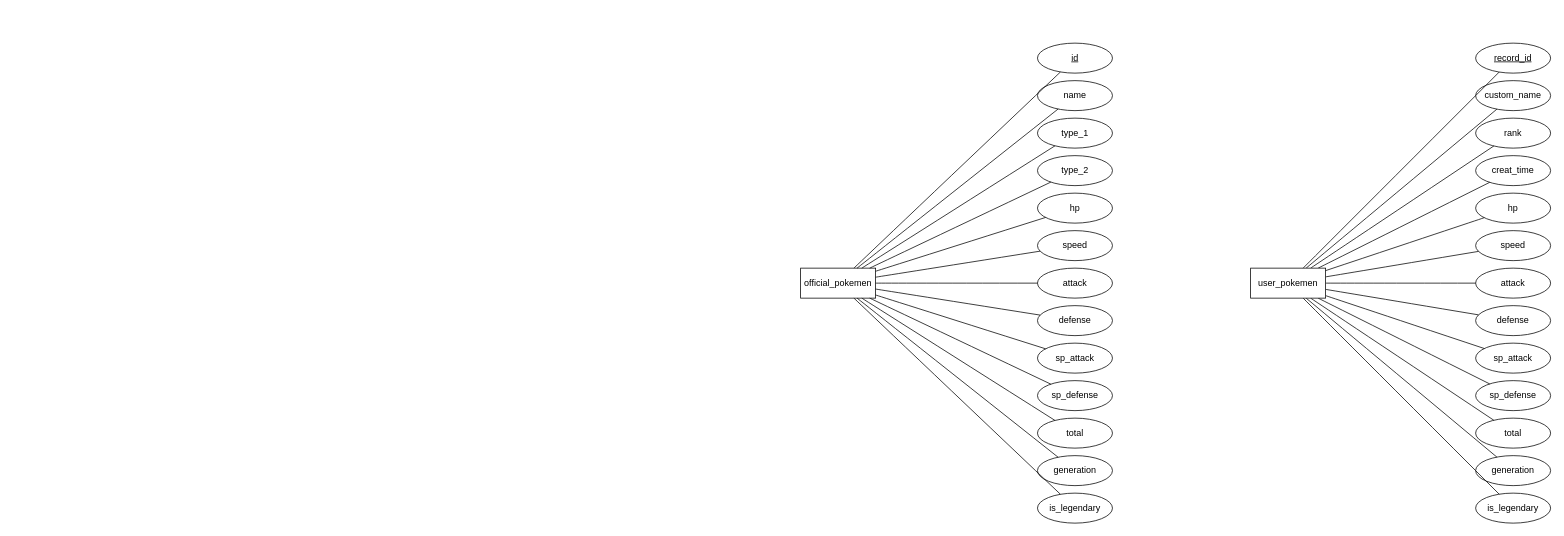
The draw.io diagram page "第 1 页" (1 of 2) of Pokemon!.drawio in Fijohak/mycontent, before the edit. Source tidied: cells renumbered, new cells numbered last; positions are measured from the earlier drawing's top-left corner, leaving out a move shared by most shapes. Both pictures are drawn from the tidied source at 75%, with x=0, y=0 at pixel (800, 43).
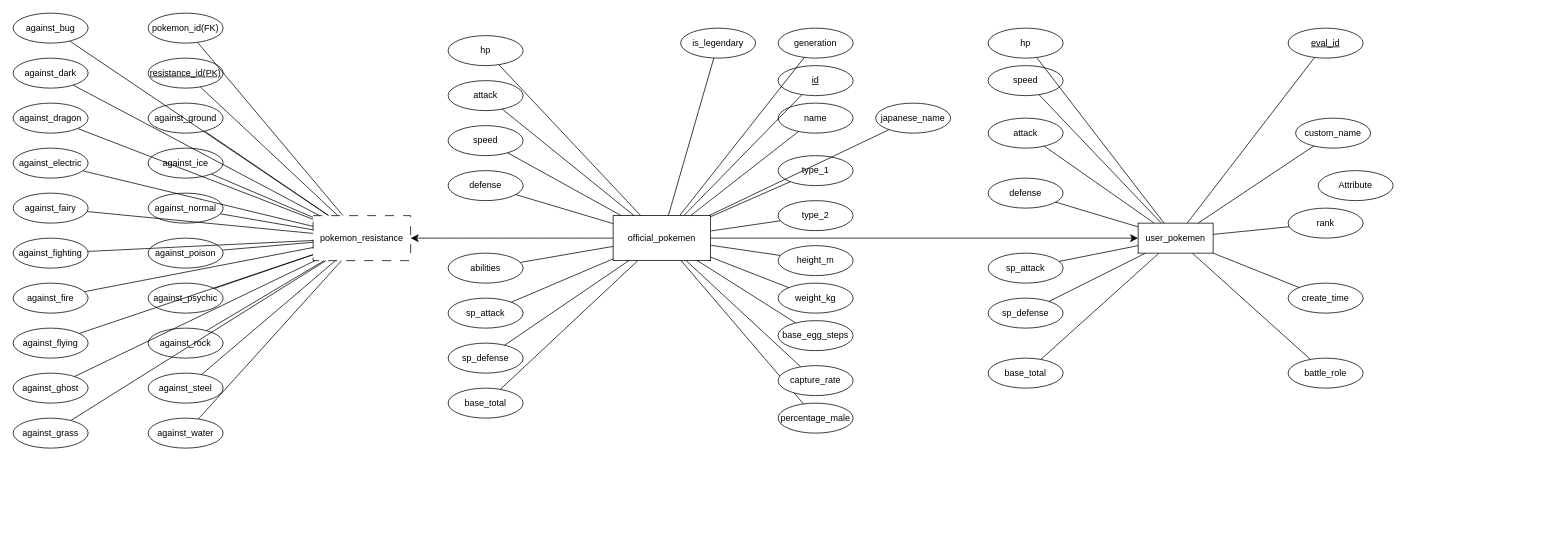
Above is the later version.

What changed in the source:
```diff
@@
+    <mxCell id="56" style="edgeStyle=none;curved=1;rounded=0;jettySize=auto;html=1;fontSize=12;startSize=8;endSize=8;" parent="1" edge="1" source="2" target="70">
+      <mxGeometry relative="1" as="geometry" />
+    </mxCell>
+    <mxCell id="57" style="edgeStyle=orthogonalEdgeStyle;rounded=0;jettySize=auto;html=1;fontFamily=Helvetica;fontSize=12;fontColor=default;startSize=8;endSize=8;" parent="1" edge="1" source="2" target="51">
+      <mxGeometry relative="1" as="geometry" />
+    </mxCell>
     <mxCell id="2" value="official_pokemen" style="whiteSpace=wrap;html=1;align=center;" parent="1" vertex="1">
-      <mxGeometry y="300" width="100" height="40" as="geometry" />
+      <mxGeometry x="-250" y="230" width="130" height="60" as="geometry" />
     </mxCell>
     <mxCell id="3" value="id" style="ellipse;whiteSpace=wrap;html=1;align=center;fontStyle=4;" parent="1" vertex="1">
-      <mxGeometry x="315.8" width="100" height="40" as="geometry" />
+      <mxGeometry x="-30" y="30" width="100" height="40" as="geometry" />
     </mxCell>
     <mxCell id="4" value="name" style="ellipse;whiteSpace=wrap;html=1;align=center;" parent="1" vertex="1">
-      <mxGeometry x="315.8" y="50" width="100" height="40" as="geometry" />
+      <mxGeometry x="-30" y="80" width="100" height="40" as="geometry" />
     </mxCell>
     <mxCell id="5" value="type_1" style="ellipse;whiteSpace=wrap;html=1;align=center;" parent="1" vertex="1">
-      <mxGeometry x="315.8" y="100" width="100" height="40" as="geometry" />
+      <mxGeometry x="-30" y="150" width="100" height="40" as="geometry" />
     </mxCell>
     <mxCell id="6" value="type_2" style="ellipse;whiteSpace=wrap;html=1;align=center;" parent="1" vertex="1">
-      <mxGeometry x="315.8" y="150" width="100" height="40" as="geometry" />
+      <mxGeometry x="-30" y="210" width="100" height="40" as="geometry" />
     </mxCell>
     <mxCell id="7" value="hp" style="ellipse;whiteSpace=wrap;html=1;align=center;" parent="1" vertex="1">
-      <mxGeometry x="315.8" y="200" width="100" height="40" as="geometry" />
+      <mxGeometry x="-470" y="-10" width="100" height="40" as="geometry" />
     </mxCell>
     <mxCell id="8" value="speed" style="ellipse;whiteSpace=wrap;html=1;align=center;" parent="1" vertex="1">
-      <mxGeometry x="315.8" y="250" width="100" height="40" as="geometry" />
+      <mxGeometry x="-470" y="110" width="100" height="40" as="geometry" />
     </mxCell>
     <mxCell id="9" value="attack" style="ellipse;whiteSpace=wrap;html=1;align=center;" parent="1" vertex="1">
-      <mxGeometry x="315.8" y="300" width="100" height="40" as="geometry" />
+      <mxGeometry x="-470" y="50" width="100" height="40" as="geometry" />
     </mxCell>
     <mxCell id="10" value="defense" style="ellipse;whiteSpace=wrap;html=1;align=center;" parent="1" vertex="1">
-      <mxGeometry x="315.8" y="350" width="100" height="40" as="geometry" />
+      <mxGeometry x="-470" y="170" width="100" height="40" as="geometry" />
     </mxCell>
     <mxCell id="11" value="sp_attack" style="ellipse;whiteSpace=wrap;html=1;align=center;" parent="1" vertex="1">
-      <mxGeometry x="315.8" y="400" width="100" height="40" as="geometry" />
+      <mxGeometry x="-470" y="340" width="100" height="40" as="geometry" />
     </mxCell>
     <mxCell id="12" value="sp_defense" style="ellipse;whiteSpace=wrap;html=1;align=center;" parent="1" vertex="1">
-      <mxGeometry x="315.8" y="450" width="100" height="40" as="geometry" />
+      <mxGeometry x="-470" y="400" width="100" height="40" as="geometry" />
     </mxCell>
-    <mxCell id="13" value="total" style="ellipse;whiteSpace=wrap;html=1;align=center;" parent="1" vertex="1">
-      <mxGeometry x="315.8" y="500" width="100" height="40" as="geometry" />
+    <mxCell id="13" value="base_total" style="ellipse;whiteSpace=wrap;html=1;align=center;" parent="1" vertex="1">
+      <mxGeometry x="-470" y="460" width="100" height="40" as="geometry" />
     </mxCell>
     <mxCell id="14" value="generation" style="ellipse;whiteSpace=wrap;html=1;align=center;" parent="1" vertex="1">
-      <mxGeometry x="315.8" y="550" width="100" height="40" as="geometry" />
+      <mxGeometry x="-30" y="-20" width="100" height="40" as="geometry" />
     </mxCell>
     <mxCell id="15" value="is_legendary" style="ellipse;whiteSpace=wrap;html=1;align=center;" parent="1" vertex="1">
-      <mxGeometry x="315.8" y="600" width="100" height="40" as="geometry" />
+      <mxGeometry x="-160" y="-20" width="100" height="40" as="geometry" />
     </mxCell>
@@
-    <mxCell id="27" value="record_id" style="ellipse;whiteSpace=wrap;html=1;align=center;fontStyle=4;" parent="1" vertex="1">
-      <mxGeometry x="900" width="100" height="40" as="geometry" />
+    <mxCell id="27" value="eval_id" style="ellipse;whiteSpace=wrap;html=1;align=center;fontStyle=4;" parent="1" vertex="1">
+      <mxGeometry x="650" y="-20" width="100" height="40" as="geometry" />
     </mxCell>
     <mxCell id="28" value="custom_name" style="ellipse;whiteSpace=wrap;html=1;align=center;" parent="1" vertex="1">
-      <mxGeometry x="900" y="50" width="100" height="40" as="geometry" />
+      <mxGeometry x="660" y="100" width="100" height="40" as="geometry" />
     </mxCell>
     <mxCell id="29" value="rank" style="ellipse;whiteSpace=wrap;html=1;align=center;" parent="1" vertex="1">
-      <mxGeometry x="900" y="100" width="100" height="40" as="geometry" />
+      <mxGeometry x="650" y="220" width="100" height="40" as="geometry" />
     </mxCell>
-    <mxCell id="30" value="creat_time" style="ellipse;whiteSpace=wrap;html=1;align=center;" parent="1" vertex="1">
-      <mxGeometry x="900" y="150" width="100" height="40" as="geometry" />
+    <mxCell id="30" value="create_time" style="ellipse;whiteSpace=wrap;html=1;align=center;" parent="1" vertex="1">
+      <mxGeometry x="650" y="320" width="100" height="40" as="geometry" />
     </mxCell>
     <mxCell id="31" value="hp" style="ellipse;whiteSpace=wrap;html=1;align=center;" parent="1" vertex="1">
-      <mxGeometry x="900" y="200" width="100" height="40" as="geometry" />
+      <mxGeometry x="250" y="-20" width="100" height="40" as="geometry" />
     </mxCell>
     <mxCell id="32" value="speed" style="ellipse;whiteSpace=wrap;html=1;align=center;" parent="1" vertex="1">
-      <mxGeometry x="900" y="250" width="100" height="40" as="geometry" />
+      <mxGeometry x="250" y="30" width="100" height="40" as="geometry" />
     </mxCell>
     <mxCell id="33" value="attack" style="ellipse;whiteSpace=wrap;html=1;align=center;" parent="1" vertex="1">
-      <mxGeometry x="900" y="300" width="100" height="40" as="geometry" />
+      <mxGeometry x="250" y="100" width="100" height="40" as="geometry" />
     </mxCell>
     <mxCell id="34" value="defense" style="ellipse;whiteSpace=wrap;html=1;align=center;" parent="1" vertex="1">
-      <mxGeometry x="900" y="350" width="100" height="40" as="geometry" />
+      <mxGeometry x="250" y="180" width="100" height="40" as="geometry" />
     </mxCell>
     <mxCell id="35" value="sp_attack" style="ellipse;whiteSpace=wrap;html=1;align=center;" parent="1" vertex="1">
-      <mxGeometry x="900" y="400" width="100" height="40" as="geometry" />
+      <mxGeometry x="250" y="280" width="100" height="40" as="geometry" />
     </mxCell>
     <mxCell id="36" value="sp_defense" style="ellipse;whiteSpace=wrap;html=1;align=center;" parent="1" vertex="1">
-      <mxGeometry x="900" y="450" width="100" height="40" as="geometry" />
+      <mxGeometry x="250" y="340" width="100" height="40" as="geometry" />
     </mxCell>
-    <mxCell id="37" value="total" style="ellipse;whiteSpace=wrap;html=1;align=center;" parent="1" vertex="1">
-      <mxGeometry x="900" y="500" width="100" height="40" as="geometry" />
+    <mxCell id="37" value="base_total" style="ellipse;whiteSpace=wrap;html=1;align=center;" parent="1" vertex="1">
+      <mxGeometry x="250" y="420" width="100" height="40" as="geometry" />
     </mxCell>
-    <mxCell id="38" value="generation" style="ellipse;whiteSpace=wrap;html=1;align=center;" parent="1" vertex="1">
-      <mxGeometry x="900" y="550" width="100" height="40" as="geometry" />
-    </mxCell>
-    <mxCell id="39" value="is_legendary" style="ellipse;whiteSpace=wrap;html=1;align=center;" parent="1" vertex="1">
-      <mxGeometry x="900" y="600" width="100" height="40" as="geometry" />
+    <mxCell id="39" value="battle_role" style="ellipse;whiteSpace=wrap;html=1;align=center;" parent="1" vertex="1">
+      <mxGeometry x="650" y="420" width="100" height="40" as="geometry" />
     </mxCell>
@@
-    <mxCell id="49" style="endArrow=none;html=1;rounded=0;fontSize=12;startSize=8;endSize=8;curved=1;" parent="1" edge="1" source="51" target="38">
-      <mxGeometry relative="1" as="geometry" />
-    </mxCell>
@@
     <mxCell id="51" value="user_pokemen" style="whiteSpace=wrap;html=1;align=center;" parent="1" vertex="1">
-      <mxGeometry x="600" y="300" width="100" height="40" as="geometry" />
+      <mxGeometry x="450" y="240" width="100" height="40" as="geometry" />
     </mxCell>
@@
+    <mxCell id="58" value="height_m" style="ellipse;whiteSpace=wrap;html=1;align=center;" parent="1" vertex="1">
+      <mxGeometry x="-30" y="270" width="100" height="40" as="geometry" />
+    </mxCell>
+    <mxCell id="59" value="weight_kg" style="ellipse;whiteSpace=wrap;html=1;align=center;" parent="1" vertex="1">
+      <mxGeometry x="-30" y="320" width="100" height="40" as="geometry" />
+    </mxCell>
+    <mxCell id="60" style="edgeStyle=none;curved=1;rounded=0;jettySize=auto;html=1;fontSize=12;startSize=8;endSize=8;endArrow=none;endFill=0;" parent="1" edge="1" source="61" target="70">
+      <mxGeometry relative="1" as="geometry" />
+    </mxCell>
+    <mxCell id="61" value="against_ground" style="ellipse;whiteSpace=wrap;html=1;align=center;" parent="1" vertex="1">
+      <mxGeometry x="-870" y="80" width="100" height="40" as="geometry" />
+    </mxCell>
+    <mxCell id="62" style="endArrow=none;html=1;rounded=0;fontSize=12;startSize=8;endSize=8;curved=1;" parent="1" edge="1" source="2" target="58">
+      <mxGeometry relative="1" as="geometry" />
+    </mxCell>
+    <mxCell id="63" style="endArrow=none;html=1;rounded=0;fontSize=12;startSize=8;endSize=8;curved=1;" parent="1" edge="1" source="2" target="59">
+      <mxGeometry relative="1" as="geometry" />
+    </mxCell>
+    <mxCell id="64" style="edgeStyle=none;curved=1;rounded=0;jettySize=auto;html=1;fontSize=12;startSize=8;endSize=8;endArrow=none;endFill=0;" parent="1" edge="1" source="65" target="70">
+      <mxGeometry relative="1" as="geometry" />
+    </mxCell>
+    <mxCell id="65" value="against_normal" style="ellipse;whiteSpace=wrap;html=1;align=center;" parent="1" vertex="1">
+      <mxGeometry x="-870" y="200" width="100" height="40" as="geometry" />
+    </mxCell>
+    <mxCell id="66" style="edgeStyle=none;curved=1;rounded=0;jettySize=auto;html=1;fontSize=12;startSize=8;endSize=8;endArrow=none;endFill=0;" parent="1" edge="1" source="67" target="70">
+      <mxGeometry relative="1" as="geometry" />
+    </mxCell>
+    <mxCell id="67" value="against_poison" style="ellipse;whiteSpace=wrap;html=1;align=center;" parent="1" vertex="1">
+      <mxGeometry x="-870" y="260" width="100" height="40" as="geometry" />
+    </mxCell>
+    <mxCell id="68" style="edgeStyle=none;curved=1;rounded=0;jettySize=auto;html=1;fontSize=12;startSize=8;endSize=8;endArrow=none;endFill=0;" parent="1" edge="1" source="69" target="70">
+      <mxGeometry relative="1" as="geometry" />
+    </mxCell>
+    <mxCell id="69" value="against_psychic" style="ellipse;whiteSpace=wrap;html=1;align=center;" parent="1" vertex="1">
+      <mxGeometry x="-870" y="320" width="100" height="40" as="geometry" />
+    </mxCell>
+    <mxCell id="70" value="pokemon_resistance" style="shape=ext;margin=3;double=0;whiteSpace=wrap;html=1;align=center;strokeColor=default;dashed=1;dashPattern=12 12;" parent="1" vertex="1">
+      <mxGeometry x="-650" y="230" width="130" height="60" as="geometry" />
+    </mxCell>
+    <mxCell id="71" style="edgeStyle=none;curved=1;rounded=0;jettySize=auto;html=1;fontSize=12;startSize=8;endSize=8;endArrow=none;endFill=0;" parent="1" edge="1" source="72" target="70">
+      <mxGeometry relative="1" as="geometry" />
+    </mxCell>
+    <mxCell id="72" value="resistance_id(PK)" style="ellipse;whiteSpace=wrap;html=1;align=center;fontStyle=4;" parent="1" vertex="1">
+      <mxGeometry x="-870" y="20" width="100" height="40" as="geometry" />
+    </mxCell>
+    <mxCell id="73" style="edgeStyle=none;curved=1;rounded=0;jettySize=auto;html=1;fontSize=12;startSize=8;endSize=8;endArrow=none;endFill=0;" parent="1" edge="1" source="74" target="70">
+      <mxGeometry relative="1" as="geometry" />
+    </mxCell>
+    <mxCell id="74" value="pokemon_id(FK)" style="ellipse;whiteSpace=wrap;html=1;align=center;" parent="1" vertex="1">
+      <mxGeometry x="-870" y="-40" width="100" height="40" as="geometry" />
+    </mxCell>
+    <mxCell id="75" style="edgeStyle=none;curved=1;rounded=0;jettySize=auto;html=1;fontSize=12;startSize=8;endSize=8;endArrow=none;endFill=0;" parent="1" edge="1" source="76" target="70">
+      <mxGeometry relative="1" as="geometry" />
+    </mxCell>
+    <mxCell id="76" value="against_rock" style="ellipse;whiteSpace=wrap;html=1;align=center;" parent="1" vertex="1">
+      <mxGeometry x="-870" y="380" width="100" height="40" as="geometry" />
+    </mxCell>
+    <mxCell id="77" style="edgeStyle=none;curved=1;rounded=0;jettySize=auto;html=1;fontSize=12;startSize=8;endSize=8;endArrow=none;endFill=0;" parent="1" edge="1" source="78" target="70">
+      <mxGeometry relative="1" as="geometry" />
+    </mxCell>
+    <mxCell id="78" value="against_steel" style="ellipse;whiteSpace=wrap;html=1;align=center;" parent="1" vertex="1">
+      <mxGeometry x="-870" y="440" width="100" height="40" as="geometry" />
+    </mxCell>
+    <mxCell id="79" style="edgeStyle=none;curved=1;rounded=0;jettySize=auto;html=1;fontSize=12;startSize=8;endSize=8;endArrow=none;endFill=0;" parent="1" edge="1" source="80" target="70">
+      <mxGeometry relative="1" as="geometry" />
+    </mxCell>
+    <mxCell id="80" value="against_water" style="ellipse;whiteSpace=wrap;html=1;align=center;" parent="1" vertex="1">
+      <mxGeometry x="-870" y="500" width="100" height="40" as="geometry" />
+    </mxCell>
+    <mxCell id="81" style="edgeStyle=none;curved=1;rounded=0;jettySize=auto;html=1;fontSize=12;startSize=8;endSize=8;endArrow=none;endFill=0;" parent="1" edge="1" source="82" target="70">
+      <mxGeometry relative="1" as="geometry" />
+    </mxCell>
+    <mxCell id="82" value="against_ice" style="ellipse;whiteSpace=wrap;html=1;align=center;" parent="1" vertex="1">
+      <mxGeometry x="-870" y="140" width="100" height="40" as="geometry" />
+    </mxCell>
+    <mxCell id="83" style="edgeStyle=none;curved=1;rounded=0;jettySize=auto;html=1;fontSize=12;startSize=8;endSize=8;endArrow=none;endFill=0;" parent="1" edge="1" source="84" target="70">
+      <mxGeometry relative="1" as="geometry" />
+    </mxCell>
+    <mxCell id="84" value="against_fighting" style="ellipse;whiteSpace=wrap;html=1;align=center;" parent="1" vertex="1">
+      <mxGeometry x="-1050" y="260" width="100" height="40" as="geometry" />
+    </mxCell>
+    <mxCell id="85" style="edgeStyle=none;curved=1;rounded=0;jettySize=auto;html=1;fontSize=12;startSize=8;endSize=8;endArrow=none;endFill=0;" parent="1" edge="1" source="86" target="70">
+      <mxGeometry relative="1" as="geometry" />
+    </mxCell>
+    <mxCell id="86" value="against_fire" style="ellipse;whiteSpace=wrap;html=1;align=center;" parent="1" vertex="1">
+      <mxGeometry x="-1050" y="320" width="100" height="40" as="geometry" />
+    </mxCell>
+    <mxCell id="87" style="edgeStyle=none;curved=1;rounded=0;jettySize=auto;html=1;fontSize=12;startSize=8;endSize=8;endArrow=none;endFill=0;" parent="1" edge="1" source="88" target="70">
+      <mxGeometry relative="1" as="geometry" />
+    </mxCell>
+    <mxCell id="88" value="against_flying" style="ellipse;whiteSpace=wrap;html=1;align=center;" parent="1" vertex="1">
+      <mxGeometry x="-1050" y="380" width="100" height="40" as="geometry" />
+    </mxCell>
+    <mxCell id="89" style="edgeStyle=none;curved=1;rounded=0;jettySize=auto;html=1;fontSize=12;startSize=8;endSize=8;endArrow=none;endFill=0;" parent="1" edge="1" source="90" target="70">
+      <mxGeometry relative="1" as="geometry" />
+    </mxCell>
+    <mxCell id="90" value="against_ghost" style="ellipse;whiteSpace=wrap;html=1;align=center;" parent="1" vertex="1">
+      <mxGeometry x="-1050" y="440" width="100" height="40" as="geometry" />
+    </mxCell>
+    <mxCell id="91" style="edgeStyle=none;curved=1;rounded=0;jettySize=auto;html=1;fontSize=12;startSize=8;endSize=8;endArrow=none;endFill=0;" parent="1" edge="1" source="92" target="70">
+      <mxGeometry relative="1" as="geometry" />
+    </mxCell>
+    <mxCell id="92" value="against_grass" style="ellipse;whiteSpace=wrap;html=1;align=center;" parent="1" vertex="1">
+      <mxGeometry x="-1050" y="500" width="100" height="40" as="geometry" />
+    </mxCell>
+    <mxCell id="93" style="edgeStyle=none;curved=1;rounded=0;jettySize=auto;html=1;fontSize=12;startSize=8;endSize=8;startArrow=none;startFill=0;endArrow=none;endFill=0;" parent="1" edge="1" source="94" target="70">
+      <mxGeometry relative="1" as="geometry" />
+    </mxCell>
+    <mxCell id="94" value="against_bug" style="ellipse;whiteSpace=wrap;html=1;align=center;" parent="1" vertex="1">
+      <mxGeometry x="-1050" y="-40" width="100" height="40" as="geometry" />
+    </mxCell>
+    <mxCell id="95" style="edgeStyle=none;curved=1;rounded=0;jettySize=auto;html=1;fontSize=12;startSize=8;endSize=8;endArrow=none;endFill=0;" parent="1" edge="1" source="96" target="70">
+      <mxGeometry relative="1" as="geometry" />
+    </mxCell>
+    <mxCell id="96" value="against_dark" style="ellipse;whiteSpace=wrap;html=1;align=center;" parent="1" vertex="1">
+      <mxGeometry x="-1050" y="20" width="100" height="40" as="geometry" />
+    </mxCell>
+    <mxCell id="97" style="edgeStyle=none;curved=1;rounded=0;jettySize=auto;html=1;fontSize=12;startSize=8;endSize=8;endArrow=none;endFill=0;" parent="1" edge="1" source="98" target="70">
+      <mxGeometry relative="1" as="geometry" />
+    </mxCell>
+    <mxCell id="98" value="against_dragon" style="ellipse;whiteSpace=wrap;html=1;align=center;" parent="1" vertex="1">
+      <mxGeometry x="-1050" y="80" width="100" height="40" as="geometry" />
+    </mxCell>
+    <mxCell id="99" style="edgeStyle=none;curved=1;rounded=0;jettySize=auto;html=1;fontSize=12;startSize=8;endSize=8;endArrow=none;endFill=0;" parent="1" edge="1" source="100" target="70">
+      <mxGeometry relative="1" as="geometry" />
+    </mxCell>
+    <mxCell id="100" value="against_electric" style="ellipse;whiteSpace=wrap;html=1;align=center;" parent="1" vertex="1">
+      <mxGeometry x="-1050" y="140" width="100" height="40" as="geometry" />
+    </mxCell>
+    <mxCell id="101" style="edgeStyle=none;curved=1;rounded=0;jettySize=auto;html=1;fontSize=12;startSize=8;endSize=8;endArrow=none;endFill=0;" parent="1" edge="1" source="102" target="70">
+      <mxGeometry relative="1" as="geometry" />
+    </mxCell>
+    <mxCell id="102" value="against_fairy" style="ellipse;whiteSpace=wrap;html=1;align=center;" parent="1" vertex="1">
+      <mxGeometry x="-1050" y="200" width="100" height="40" as="geometry" />
+    </mxCell>
+    <mxCell id="103" style="edgeStyle=none;curved=1;rounded=0;jettySize=auto;html=1;fontFamily=Helvetica;fontSize=12;fontColor=default;startSize=8;endSize=8;endArrow=none;endFill=0;" parent="1" edge="1" source="104" target="2">
+      <mxGeometry relative="1" as="geometry" />
+    </mxCell>
+    <mxCell id="104" value="abilities" style="ellipse;whiteSpace=wrap;html=1;align=center;strokeColor=default;verticalAlign=middle;fontFamily=Helvetica;fontSize=12;fontColor=default;fillColor=default;" parent="1" vertex="1">
+      <mxGeometry x="-470" y="280" width="100" height="40" as="geometry" />
+    </mxCell>
+    <mxCell id="105" style="edgeStyle=none;curved=1;rounded=0;jettySize=auto;html=1;fontFamily=Helvetica;fontSize=12;fontColor=default;startSize=8;endSize=8;endArrow=none;endFill=0;" parent="1" edge="1" source="106" target="2">
+      <mxGeometry relative="1" as="geometry" />
+    </mxCell>
+    <mxCell id="106" value="percentage_male" style="ellipse;whiteSpace=wrap;html=1;align=center;strokeColor=default;verticalAlign=middle;fontFamily=Helvetica;fontSize=12;fontColor=default;fillColor=default;" parent="1" vertex="1">
+      <mxGeometry x="-30" y="480" width="100" height="40" as="geometry" />
+    </mxCell>
+    <mxCell id="107" style="edgeStyle=none;curved=1;rounded=0;jettySize=auto;html=1;fontFamily=Helvetica;fontSize=12;fontColor=default;startSize=8;endSize=8;endArrow=none;endFill=0;" parent="1" edge="1" source="108" target="2">
+      <mxGeometry relative="1" as="geometry" />
+    </mxCell>
+    <mxCell id="108" value="base_egg_steps" style="ellipse;whiteSpace=wrap;html=1;align=center;strokeColor=default;verticalAlign=middle;fontFamily=Helvetica;fontSize=12;fontColor=default;fillColor=default;" parent="1" vertex="1">
+      <mxGeometry x="-30" y="370" width="100" height="40" as="geometry" />
+    </mxCell>
+    <mxCell id="109" style="edgeStyle=none;curved=1;rounded=0;jettySize=auto;html=1;fontFamily=Helvetica;fontSize=12;fontColor=default;startSize=8;endSize=8;endArrow=none;endFill=0;" parent="1" edge="1" source="110" target="2">
+      <mxGeometry relative="1" as="geometry" />
+    </mxCell>
+    <mxCell id="110" value="capture_rate" style="ellipse;whiteSpace=wrap;html=1;align=center;strokeColor=default;verticalAlign=middle;fontFamily=Helvetica;fontSize=12;fontColor=default;fillColor=default;" parent="1" vertex="1">
+      <mxGeometry x="-30" y="430" width="100" height="40" as="geometry" />
+    </mxCell>
+    <mxCell id="111" style="edgeStyle=none;curved=1;rounded=0;jettySize=auto;html=1;fontFamily=Helvetica;fontSize=12;fontColor=default;startSize=8;endSize=8;endArrow=none;endFill=0;" parent="1" edge="1" source="112" target="2">
+      <mxGeometry relative="1" as="geometry" />
+    </mxCell>
+    <mxCell id="112" value="japanese_name" style="ellipse;whiteSpace=wrap;html=1;align=center;strokeColor=default;verticalAlign=middle;fontFamily=Helvetica;fontSize=12;fontColor=default;fillColor=default;" parent="1" vertex="1">
+      <mxGeometry x="100" y="80" width="100" height="40" as="geometry" />
+    </mxCell>
+    <mxCell id="113" value="Attribute" style="ellipse;whiteSpace=wrap;html=1;align=center;strokeColor=default;verticalAlign=middle;fontFamily=Helvetica;fontSize=12;fontColor=default;fillColor=default;" parent="1" vertex="1">
+      <mxGeometry x="690" y="170" width="100" height="40" as="geometry" />
+    </mxCell>
```
